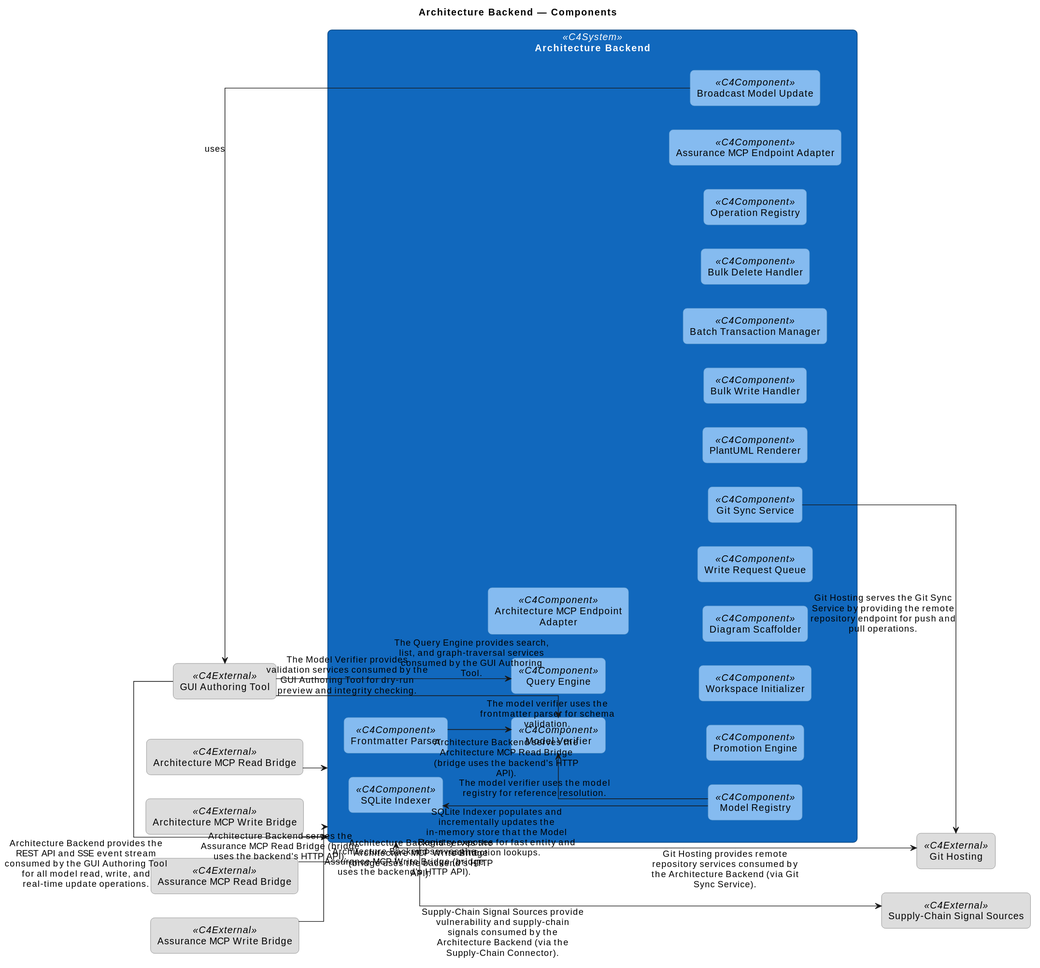
The PlantUML diagram engagements/ENG-ARCH-REPO/architecture-repository/diagram-catalog/rendered/CC@1780829793.K3l46j.architecture-backend-components.svg in mbauer83/assisted-architecture-management, before a commit.
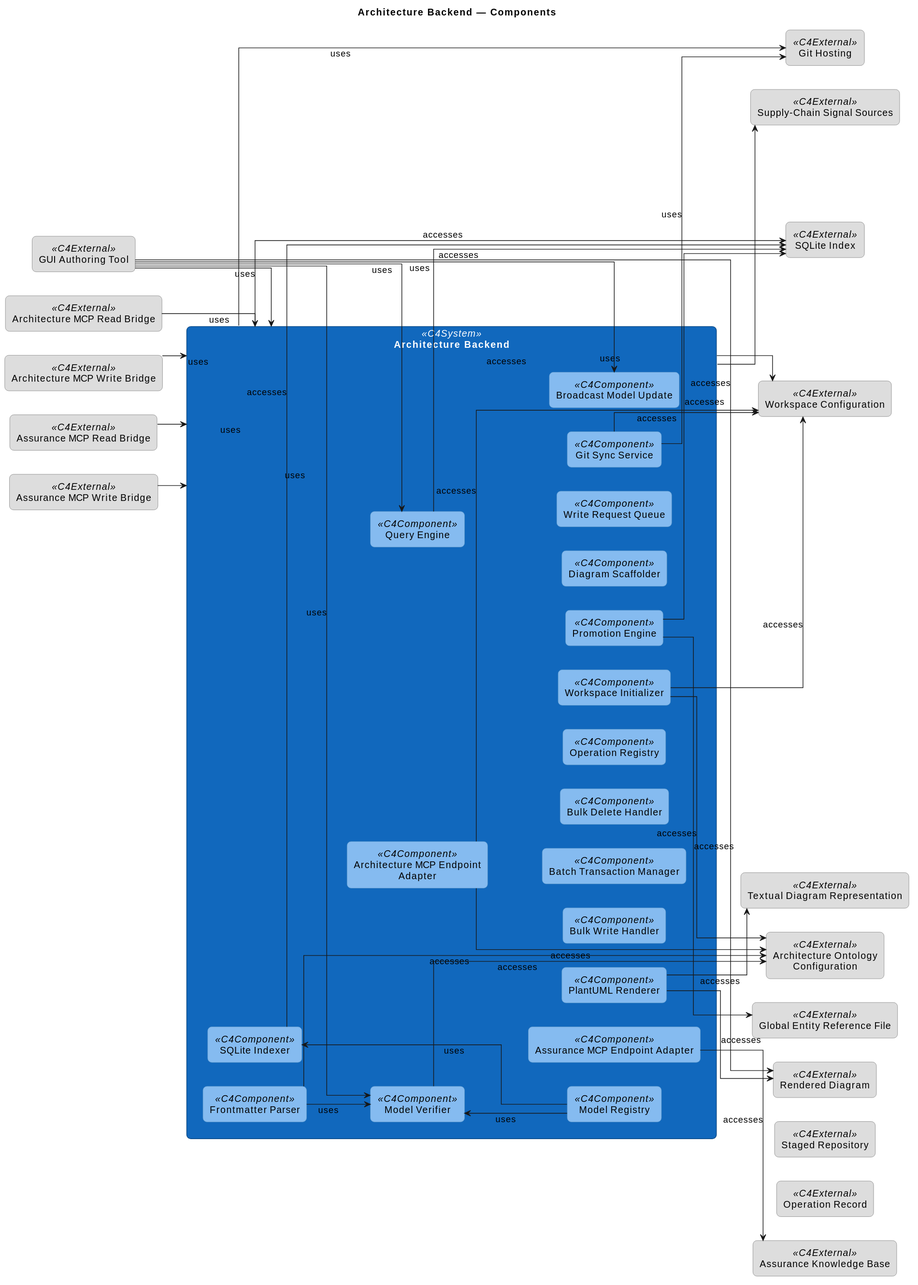
Later version of the same file.

Change to the diagram source:
```diff
@@ -83,6 +83,15 @@
 rectangle "Assurance MCP Write Bridge" <<C4External>> as APP_js9xHR
 rectangle "Git Hosting" <<C4External>> as APP_Je9pmw
 rectangle "Supply-Chain Signal Sources" <<C4External>> as APP_JqIBPJ
+rectangle "SQLite Index" <<C4External>> as DOB_3rilik
+rectangle "Workspace Configuration" <<C4External>> as DOB_I9qEoI
+rectangle "Textual Diagram Representation" <<C4External>> as DOB_4Z28xK
+rectangle "Architecture Ontology Configuration" <<C4External>> as DOB_UjyXG3
+rectangle "Global Entity Reference File" <<C4External>> as DOB_4dO6js
+rectangle "Rendered Diagram" <<C4External>> as DOB_zynRsm
+rectangle "Staged Repository" <<C4External>> as DOB_hhYsiw
+rectangle "Operation Record" <<C4External>> as DOB_hExrX3
+rectangle "Assurance Knowledge Base" <<C4External>> as DOB_ApaPcg
 
 APP_OYEmP1 -[hidden]right- APP_lmO0mp
 APP_lmO0mp -[hidden]right- APP_Ne0utf
@@ -91,20 +100,46 @@
 APP_iu_kKL -[hidden]right- APP_js9xHR
 APP_js9xHR -[hidden]right- APP_Je9pmw
 APP_Je9pmw -[hidden]right- APP_JqIBPJ
+APP_JqIBPJ -[hidden]right- DOB_3rilik
+DOB_3rilik -[hidden]right- DOB_I9qEoI
+DOB_I9qEoI -[hidden]right- DOB_4Z28xK
+DOB_4Z28xK -[hidden]right- DOB_UjyXG3
+DOB_UjyXG3 -[hidden]right- DOB_4dO6js
+DOB_4dO6js -[hidden]right- DOB_zynRsm
+DOB_zynRsm -[hidden]right- DOB_hhYsiw
+DOB_hhYsiw -[hidden]right- DOB_hExrX3
+DOB_hExrX3 -[hidden]right- DOB_ApaPcg
 
 
-APP_yNhgdh --> APP_JOmFWy : SQLite Indexer populates and incrementally updates the in-memory store that the Model Registry exposes for fast entity and connection lookups.
-APP_YOOEbL --> APP_ca3vm7 : The model verifier uses the frontmatter parser for schema validation.
-APP_yNhgdh --> APP_ca3vm7 : The model verifier uses the model registry for reference resolution.
-APP_lmO0mp --> APP_ca3vm7 : The Model Verifier provides validation services consumed by the GUI Authoring Tool for dry-run preview and integrity checking.
-APP_lmO0mp --> APP_v9LvfK : The Query Engine provides search, list, and graph-traversal services consumed by the GUI Authoring Tool.
-APP_lmO0mp --> APP_OYEmP1 : Architecture Backend provides the REST API and SSE event stream consumed by the GUI Authoring Tool for all model read, write, and real-time update operations.
-APP_Ne0utf --> APP_OYEmP1 : Architecture Backend serves the Architecture MCP Read Bridge (bridge uses the backend's HTTP API).
-APP_etTj9M --> APP_OYEmP1 : Architecture Backend serves the Architecture MCP Write Bridge (bridge uses the backend's HTTP API).
-APP_iu_kKL --> APP_OYEmP1 : Architecture Backend serves the Assurance MCP Read Bridge (bridge uses the backend's HTTP API).
-APP_js9xHR --> APP_OYEmP1 : Architecture Backend serves the Assurance MCP Write Bridge (bridge uses the backend's HTTP API).
-APP_OYEmP1 --> APP_Je9pmw : Git Hosting provides remote repository services consumed by the Architecture Backend (via Git Sync Service).
-APP_tY3JIK --> APP_Je9pmw : Git Hosting serves the Git Sync Service by providing the remote repository endpoint for push and pull operations.
-APP_OYEmP1 --> APP_JqIBPJ : Supply-Chain Signal Sources provide vulnerability and supply-chain signals consumed by the Architecture Backend (via the Supply-Chain Connector).
-FNC_3ZsfnT --> APP_lmO0mp : uses
+APP_yNhgdh --> APP_JOmFWy : uses
+APP_JOmFWy --> DOB_3rilik : accesses
+APP_YOOEbL --> DOB_UjyXG3 : accesses
+APP_YOOEbL --> APP_ca3vm7 : uses
+APP_yNhgdh --> APP_ca3vm7 : uses
+APP_lmO0mp --> APP_ca3vm7 : uses
+APP_ca3vm7 --> DOB_UjyXG3 : accesses
+APP_kRZYOA --> DOB_I9qEoI : accesses
+APP_kRZYOA --> DOB_UjyXG3 : accesses
+APP_lmO0mp --> APP_v9LvfK : uses
+APP_v9LvfK --> DOB_3rilik : accesses
+APP_lmO0mp --> DOB_zynRsm : accesses
+APP_tIMxjr --> DOB_3rilik : accesses
+APP_tIMxjr --> DOB_4dO6js : accesses
+APP_w51oVF --> DOB_I9qEoI : accesses
+APP_w51oVF --> DOB_UjyXG3 : accesses
+APP_lmO0mp --> APP_OYEmP1 : uses
+APP_Ne0utf --> APP_OYEmP1 : uses
+APP_etTj9M --> APP_OYEmP1 : uses
+APP_iu_kKL --> APP_OYEmP1 : uses
+APP_js9xHR --> APP_OYEmP1 : uses
+APP_OYEmP1 --> DOB_3rilik : accesses
+APP_OYEmP1 --> DOB_I9qEoI : accesses
+APP_tY3JIK --> DOB_I9qEoI : accesses
+APP_yaxrWl --> DOB_4Z28xK : accesses
+APP_yaxrWl --> DOB_zynRsm : accesses
+APP_m_U5S1 --> DOB_ApaPcg : accesses
+APP_OYEmP1 --> APP_Je9pmw : uses
+APP_tY3JIK --> APP_Je9pmw : uses
+APP_OYEmP1 --> APP_JqIBPJ : uses
+APP_lmO0mp --> FNC_3ZsfnT : uses
 @enduml
```
